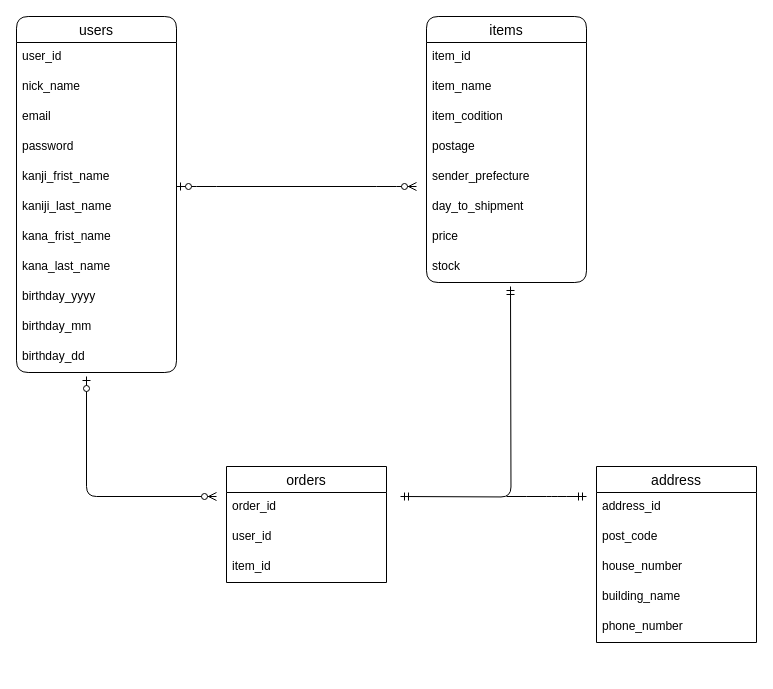
Earlier version of the draw.io diagram furima.dio (hiroaki9842/furima-idom2023). Source tidied: cells renumbered, new cells numbered last; positions are measured from the earlier drawing's top-left corner, leaving out a move shared by most shapes. Both pictures are drawn from the tidied source at 100%, with x=0, y=0 at pixel (16, 16).
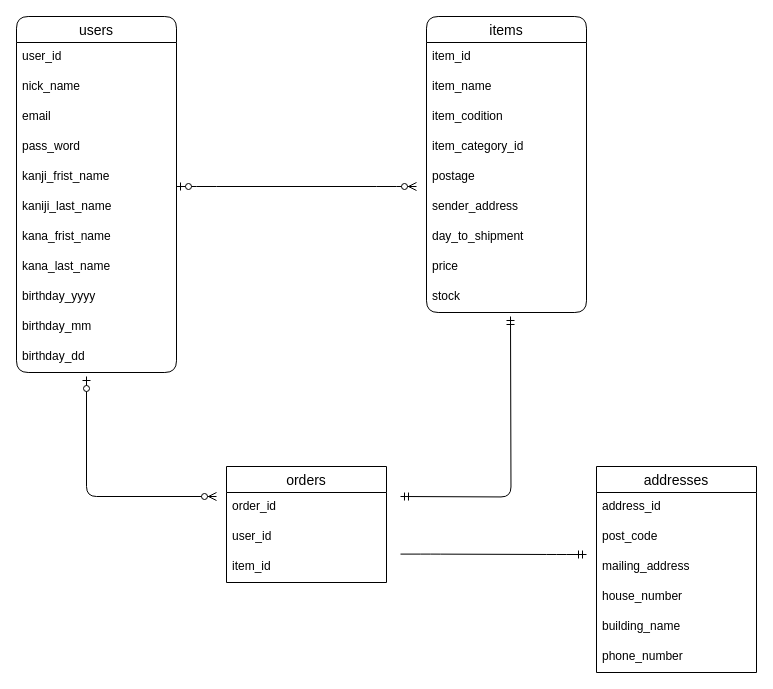
The same page after the edit.

Commit message:
ER図＃2再度訂正

Unchanged cells that the change refers to:
```xml
<mxCell id="2" value="users" style="swimlane;fontStyle=0;horizontal=1;startSize=26;align=center;fontSize=14;rounded=1;" parent="1" vertex="1">
  <mxGeometry width="160" height="356" as="geometry" />
</mxCell>
```

Diff of the diagram source:
```diff
@@
-    <mxCell id="6" value="password" style="text;strokeColor=none;fillColor=none;spacingLeft=4;spacingRight=4;overflow=hidden;fontSize=12;rounded=1;" parent="2" vertex="1">
+    <mxCell id="6" value="pass_word" style="text;strokeColor=none;fillColor=none;spacingLeft=4;spacingRight=4;overflow=hidden;fontSize=12;rounded=1;" parent="2" vertex="1">
       <mxGeometry y="116" width="160" height="30" as="geometry" />
     </mxCell>
@@
     <mxCell id="14" value="items" style="swimlane;fontStyle=0;horizontal=1;startSize=26;align=center;fontSize=14;rounded=1;" parent="1" vertex="1">
-      <mxGeometry x="410" width="160" height="266" as="geometry" />
+      <mxGeometry x="410" width="160" height="296" as="geometry" />
     </mxCell>
@@
+    <mxCell id="37" value="item_category_id" style="text;strokeColor=none;fillColor=none;spacingLeft=4;spacingRight=4;overflow=hidden;fontSize=12;" parent="14" vertex="1">
+      <mxGeometry y="116" width="160" height="30" as="geometry" />
+    </mxCell>
     <mxCell id="18" value="postage" style="text;strokeColor=none;fillColor=none;spacingLeft=4;spacingRight=4;overflow=hidden;fontSize=12;rounded=1;" parent="14" vertex="1">
-      <mxGeometry y="116" width="160" height="30" as="geometry" />
+      <mxGeometry y="146" width="160" height="30" as="geometry" />
     </mxCell>
-    <mxCell id="19" value="sender_prefecture" style="text;strokeColor=none;fillColor=none;spacingLeft=4;spacingRight=4;overflow=hidden;fontSize=12;rounded=1;" parent="14" vertex="1">
-      <mxGeometry y="146" width="160" height="30" as="geometry" />
+    <mxCell id="19" value="sender_address" style="text;strokeColor=none;fillColor=none;spacingLeft=4;spacingRight=4;overflow=hidden;fontSize=12;rounded=1;" parent="14" vertex="1">
+      <mxGeometry y="176" width="160" height="30" as="geometry" />
     </mxCell>
     <mxCell id="20" value="day_to_shipment" style="text;strokeColor=none;fillColor=none;spacingLeft=4;spacingRight=4;overflow=hidden;fontSize=12;rounded=1;" parent="14" vertex="1">
-      <mxGeometry y="176" width="160" height="30" as="geometry" />
+      <mxGeometry y="206" width="160" height="30" as="geometry" />
     </mxCell>
     <mxCell id="21" value="price" style="text;strokeColor=none;fillColor=none;spacingLeft=4;spacingRight=4;overflow=hidden;fontSize=12;rounded=1;" parent="14" vertex="1">
-      <mxGeometry y="206" width="160" height="30" as="geometry" />
+      <mxGeometry y="236" width="160" height="30" as="geometry" />
     </mxCell>
     <mxCell id="22" value="stock" style="text;strokeColor=none;fillColor=none;spacingLeft=4;spacingRight=4;overflow=hidden;fontSize=12;rounded=1;" parent="14" vertex="1">
-      <mxGeometry y="236" width="160" height="30" as="geometry" />
+      <mxGeometry y="266" width="160" height="30" as="geometry" />
     </mxCell>
@@
-    <mxCell id="29" value="address" style="swimlane;fontStyle=0;horizontal=1;startSize=26;align=center;fontSize=14;" parent="1" vertex="1">
-      <mxGeometry x="580" y="450" width="160" height="176" as="geometry" />
+    <mxCell id="29" value="addresses" style="swimlane;fontStyle=0;horizontal=1;startSize=26;align=center;fontSize=14;" parent="1" vertex="1">
+      <mxGeometry x="580" y="450" width="160" height="206" as="geometry" />
     </mxCell>
@@
+    <mxCell id="38" value="mailing_address" style="text;strokeColor=none;fillColor=none;spacingLeft=4;spacingRight=4;overflow=hidden;fontSize=12;" parent="29" vertex="1">
+      <mxGeometry y="86" width="160" height="30" as="geometry" />
+    </mxCell>
     <mxCell id="32" value="house_number" style="text;strokeColor=none;fillColor=none;spacingLeft=4;spacingRight=4;overflow=hidden;fontSize=12;" parent="29" vertex="1">
-      <mxGeometry y="86" width="160" height="30" as="geometry" />
+      <mxGeometry y="116" width="160" height="30" as="geometry" />
     </mxCell>
     <mxCell id="33" value="building_name" style="text;strokeColor=none;fillColor=none;spacingLeft=4;spacingRight=4;overflow=hidden;fontSize=12;" parent="29" vertex="1">
-      <mxGeometry y="116" width="160" height="30" as="geometry" />
+      <mxGeometry y="146" width="160" height="30" as="geometry" />
     </mxCell>
     <mxCell id="34" value="phone_number" style="text;strokeColor=none;fillColor=none;spacingLeft=4;spacingRight=4;overflow=hidden;fontSize=12;" parent="29" vertex="1">
-      <mxGeometry y="146" width="160" height="30" as="geometry" />
+      <mxGeometry y="176" width="160" height="30" as="geometry" />
     </mxCell>
     <mxCell id="35" style="edgeStyle=orthogonalEdgeStyle;fontSize=12;html=1;endArrow=ERmandOne;startArrow=ERmandOne;strokeColor=default;" parent="1" edge="1">
       <mxGeometry relative="1" as="geometry">
         <mxPoint x="384" y="480" as="sourcePoint" />
-        <mxPoint x="494" y="270" as="targetPoint" />
+        <mxPoint x="494" y="300" as="targetPoint" />
       </mxGeometry>
     </mxCell>
     <mxCell id="36" style="edgeStyle=entityRelationEdgeStyle;fontSize=12;html=1;endArrow=ERmandOne;strokeColor=default;" parent="1" edge="1">
       <mxGeometry relative="1" as="geometry">
-        <mxPoint x="490" y="480" as="sourcePoint" />
-        <mxPoint x="570" y="480" as="targetPoint" />
+        <mxPoint x="384" y="537.6" as="sourcePoint" />
+        <mxPoint x="570" y="538" as="targetPoint" />
       </mxGeometry>
     </mxCell>
```
